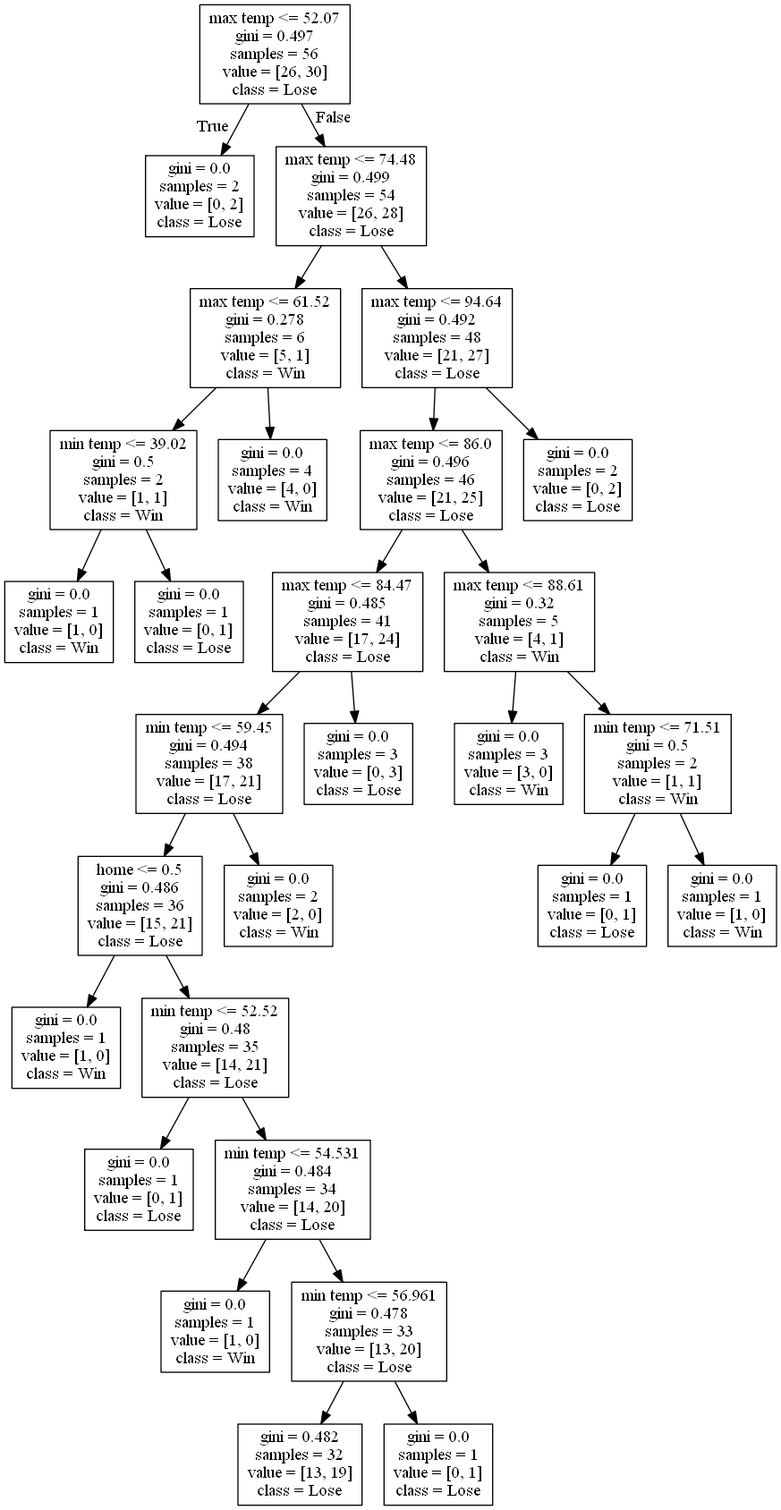
alexana-steck/CSE482Project keeps this Graphviz diagram as DecisionTrees/decision_tree_no_score_or_attendance10.png. Above is the earlier version. Its source is kept beside it as DecisionTrees/decision_tree_no_score_or_attendance10.dot.
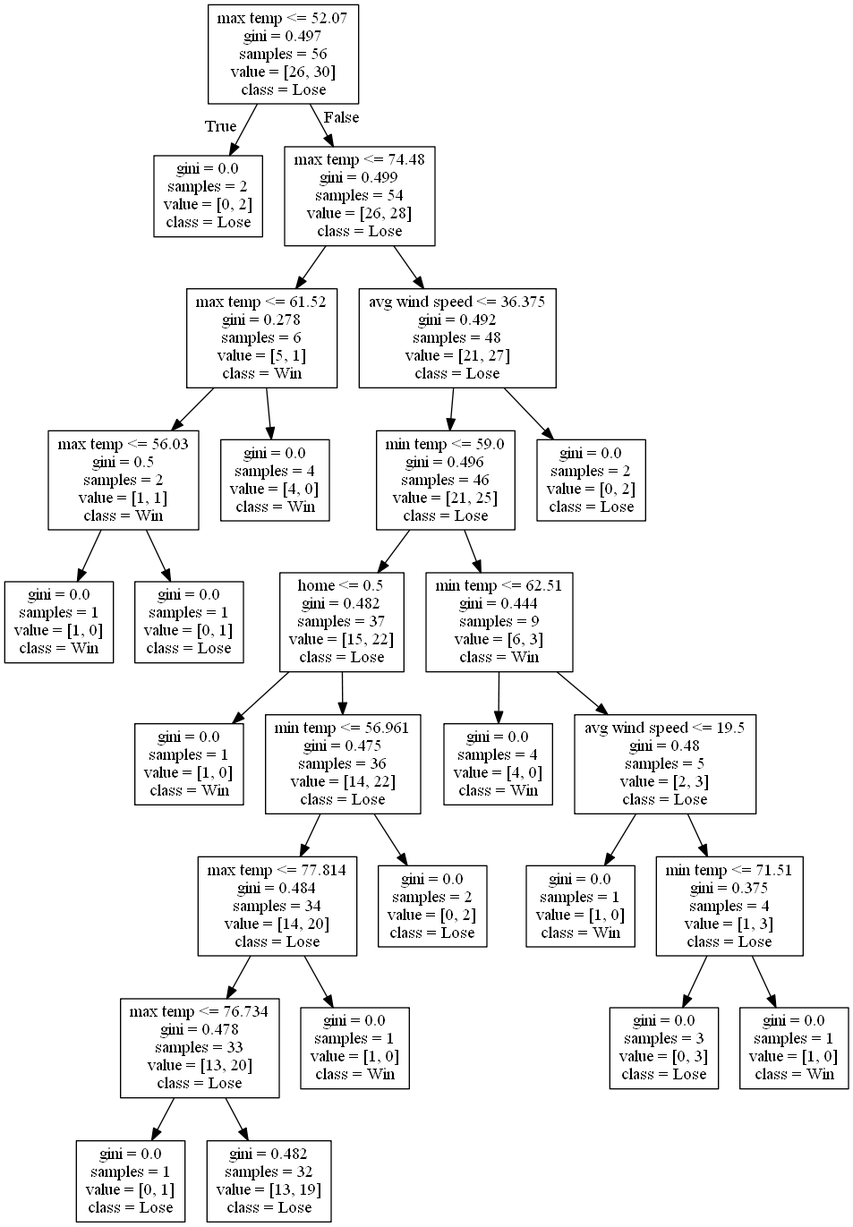
The same file after the commit.

Diff of the diagram source:
```diff
@@ -7,7 +7,7 @@
 0 -> 2 [labeldistance=2.5, labelangle=-45, headlabel="False"] ;
 3 [label="max temp <= 61.52\ngini = 0.278\nsamples = 6\nvalue = [5, 1]\nclass = Win"] ;
 2 -> 3 ;
-4 [label="min temp <= 39.02\ngini = 0.5\nsamples = 2\nvalue = [1, 1]\nclass = Win"] ;
+4 [label="max temp <= 56.03\ngini = 0.5\nsamples = 2\nvalue = [1, 1]\nclass = Win"] ;
 3 -> 4 ;
 5 [label="gini = 0.0\nsamples = 1\nvalue = [1, 0]\nclass = Win"] ;
 4 -> 5 ;
@@ -15,46 +15,42 @@
 4 -> 6 ;
 7 [label="gini = 0.0\nsamples = 4\nvalue = [4, 0]\nclass = Win"] ;
 3 -> 7 ;
-8 [label="max temp <= 94.64\ngini = 0.492\nsamples = 48\nvalue = [21, 27]\nclass = Lose"] ;
+8 [label="avg wind speed <= 36.375\ngini = 0.492\nsamples = 48\nvalue = [21, 27]\nclass = Lose"] ;
 2 -> 8 ;
-9 [label="max temp <= 86.0\ngini = 0.496\nsamples = 46\nvalue = [21, 25]\nclass = Lose"] ;
+9 [label="min temp <= 59.0\ngini = 0.496\nsamples = 46\nvalue = [21, 25]\nclass = Lose"] ;
 8 -> 9 ;
-10 [label="max temp <= 84.47\ngini = 0.485\nsamples = 41\nvalue = [17, 24]\nclass = Lose"] ;
+10 [label="home <= 0.5\ngini = 0.482\nsamples = 37\nvalue = [15, 22]\nclass = Lose"] ;
 9 -> 10 ;
-11 [label="min temp <= 59.45\ngini = 0.494\nsamples = 38\nvalue = [17, 21]\nclass = Lose"] ;
+11 [label="gini = 0.0\nsamples = 1\nvalue = [1, 0]\nclass = Win"] ;
 10 -> 11 ;
-12 [label="home <= 0.5\ngini = 0.486\nsamples = 36\nvalue = [15, 21]\nclass = Lose"] ;
-11 -> 12 ;
-13 [label="gini = 0.0\nsamples = 1\nvalue = [1, 0]\nclass = Win"] ;
+12 [label="min temp <= 56.961\ngini = 0.475\nsamples = 36\nvalue = [14, 22]\nclass = Lose"] ;
+10 -> 12 ;
+13 [label="max temp <= 77.814\ngini = 0.484\nsamples = 34\nvalue = [14, 20]\nclass = Lose"] ;
 12 -> 13 ;
-14 [label="min temp <= 52.52\ngini = 0.48\nsamples = 35\nvalue = [14, 21]\nclass = Lose"] ;
-12 -> 14 ;
+14 [label="max temp <= 76.734\ngini = 0.478\nsamples = 33\nvalue = [13, 20]\nclass = Lose"] ;
+13 -> 14 ;
 15 [label="gini = 0.0\nsamples = 1\nvalue = [0, 1]\nclass = Lose"] ;
 14 -> 15 ;
-16 [label="min temp <= 54.531\ngini = 0.484\nsamples = 34\nvalue = [14, 20]\nclass = Lose"] ;
+16 [label="gini = 0.482\nsamples = 32\nvalue = [13, 19]\nclass = Lose"] ;
 14 -> 16 ;
 17 [label="gini = 0.0\nsamples = 1\nvalue = [1, 0]\nclass = Win"] ;
-16 -> 17 ;
-18 [label="min temp <= 56.961\ngini = 0.478\nsamples = 33\nvalue = [13, 20]\nclass = Lose"] ;
-16 -> 18 ;
-19 [label="gini = 0.482\nsamples = 32\nvalue = [13, 19]\nclass = Lose"] ;
-18 -> 19 ;
-20 [label="gini = 0.0\nsamples = 1\nvalue = [0, 1]\nclass = Lose"] ;
-18 -> 20 ;
-21 [label="gini = 0.0\nsamples = 2\nvalue = [2, 0]\nclass = Win"] ;
-11 -> 21 ;
-22 [label="gini = 0.0\nsamples = 3\nvalue = [0, 3]\nclass = Lose"] ;
-10 -> 22 ;
-23 [label="max temp <= 88.61\ngini = 0.32\nsamples = 5\nvalue = [4, 1]\nclass = Win"] ;
-9 -> 23 ;
-24 [label="gini = 0.0\nsamples = 3\nvalue = [3, 0]\nclass = Win"] ;
+13 -> 17 ;
+18 [label="gini = 0.0\nsamples = 2\nvalue = [0, 2]\nclass = Lose"] ;
+12 -> 18 ;
+19 [label="min temp <= 62.51\ngini = 0.444\nsamples = 9\nvalue = [6, 3]\nclass = Win"] ;
+9 -> 19 ;
+20 [label="gini = 0.0\nsamples = 4\nvalue = [4, 0]\nclass = Win"] ;
+19 -> 20 ;
+21 [label="avg wind speed <= 19.5\ngini = 0.48\nsamples = 5\nvalue = [2, 3]\nclass = Lose"] ;
+19 -> 21 ;
+22 [label="gini = 0.0\nsamples = 1\nvalue = [1, 0]\nclass = Win"] ;
+21 -> 22 ;
+23 [label="min temp <= 71.51\ngini = 0.375\nsamples = 4\nvalue = [1, 3]\nclass = Lose"] ;
+21 -> 23 ;
+24 [label="gini = 0.0\nsamples = 3\nvalue = [0, 3]\nclass = Lose"] ;
 23 -> 24 ;
-25 [label="min temp <= 71.51\ngini = 0.5\nsamples = 2\nvalue = [1, 1]\nclass = Win"] ;
+25 [label="gini = 0.0\nsamples = 1\nvalue = [1, 0]\nclass = Win"] ;
 23 -> 25 ;
-26 [label="gini = 0.0\nsamples = 1\nvalue = [0, 1]\nclass = Lose"] ;
-25 -> 26 ;
-27 [label="gini = 0.0\nsamples = 1\nvalue = [1, 0]\nclass = Win"] ;
-25 -> 27 ;
-28 [label="gini = 0.0\nsamples = 2\nvalue = [0, 2]\nclass = Lose"] ;
-8 -> 28 ;
+26 [label="gini = 0.0\nsamples = 2\nvalue = [0, 2]\nclass = Lose"] ;
+8 -> 26 ;
 }
```
